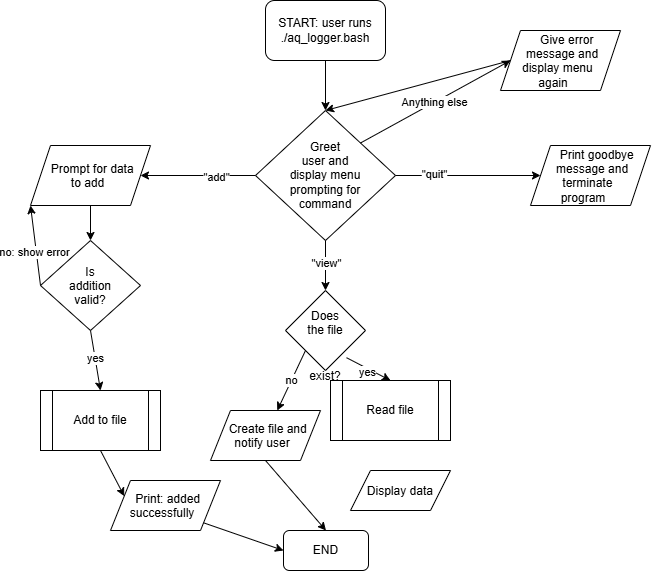
kristiyan-donchev/aquarium-logger keeps this draw.io diagram as docs/System Diagram.drawio.png. Above is the earlier version. Source tidied: cells renumbered, new cells last; positions are measured from the earlier drawing's top-left corner, leaving out a move shared by most shapes.
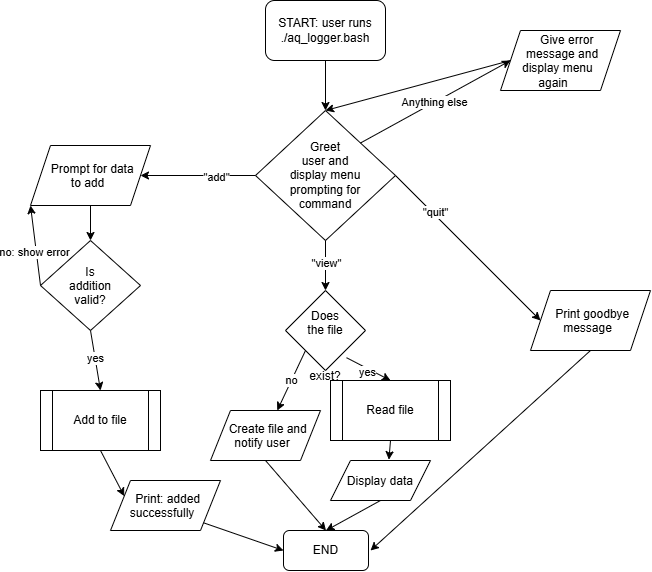
The same diagram one commit later.

The edit, as a diff of the source:
```diff
@@ -41,8 +41,8 @@
     <mxCell id="14" style="endArrow=classic;html=1;rounded=0;defaultLabelBackgroundColor=page;exitX=0;exitY=0.5;exitDx=0;exitDy=0;entryX=0.5;entryY=0;entryDx=0;entryDy=0;" parent="1" edge="1" source="13" target="4">
       <mxGeometry relative="1" as="geometry" />
     </mxCell>
-    <mxCell id="15" value="Print goodbye message and terminate program" style="shape=parallelogram;perimeter=parallelogramPerimeter;whiteSpace=wrap;html=1;shapeInside=1;fixedSize=1;" parent="1" vertex="1">
-      <mxGeometry x="500" y="145" width="120" height="60" as="geometry" />
+    <mxCell id="15" value="Print goodbye message" style="shape=parallelogram;perimeter=parallelogramPerimeter;whiteSpace=wrap;html=1;shapeInside=1;fixedSize=1;" parent="1" vertex="1">
+      <mxGeometry x="500" y="290" width="120" height="60" as="geometry" />
     </mxCell>
     <mxCell id="16" value="Prompt for data to add" style="shape=parallelogram;perimeter=parallelogramPerimeter;whiteSpace=wrap;html=1;shapeInside=1;fixedSize=1;" parent="1" vertex="1">
       <mxGeometry y="145" width="120" height="60" as="geometry" />
@@ -107,7 +107,18 @@
       <mxGeometry relative="1" as="geometry" />
     </mxCell>
     <mxCell id="36" value="Display data" style="shape=parallelogram;perimeter=parallelogramPerimeter;whiteSpace=wrap;html=1;shapeInside=1;fixedSize=1;" parent="1" vertex="1">
-      <mxGeometry x="320" y="470" width="100" height="40" as="geometry" />
+      <mxGeometry x="300" y="460" width="100" height="40" as="geometry" />
     </mxCell>
+    <mxCell id="37" style="endArrow=classic;html=1;rounded=0;defaultLabelBackgroundColor=page;exitX=0.5;exitY=1;exitDx=0;exitDy=0;entryX=0.584;entryY=-0.02;entryDx=0;entryDy=0;entryPerimeter=0;" parent="1" edge="1" source="34" target="36">
+      <mxGeometry relative="1" as="geometry" />
+    </mxCell>
+    <mxCell id="38" style="endArrow=classic;html=1;rounded=0;defaultLabelBackgroundColor=page;exitX=0.5;exitY=1;exitDx=0;exitDy=0;entryX=0.5;entryY=0;entryDx=0;entryDy=0;" parent="1" edge="1" source="36" target="23">
+      <mxGeometry relative="1" as="geometry" />
+    </mxCell>
+    <mxCell id="39" style="endArrow=classic;html=1;rounded=0;defaultLabelBackgroundColor=page;exitX=0.5;exitY=1;exitDx=0;exitDy=0;" parent="1" edge="1" source="15">
+      <mxGeometry relative="1" as="geometry">
+        <mxPoint x="340" y="550" as="targetPoint" />
+      </mxGeometry>
+    </mxCell>
   </root>
 </mxGraphModel>
```
